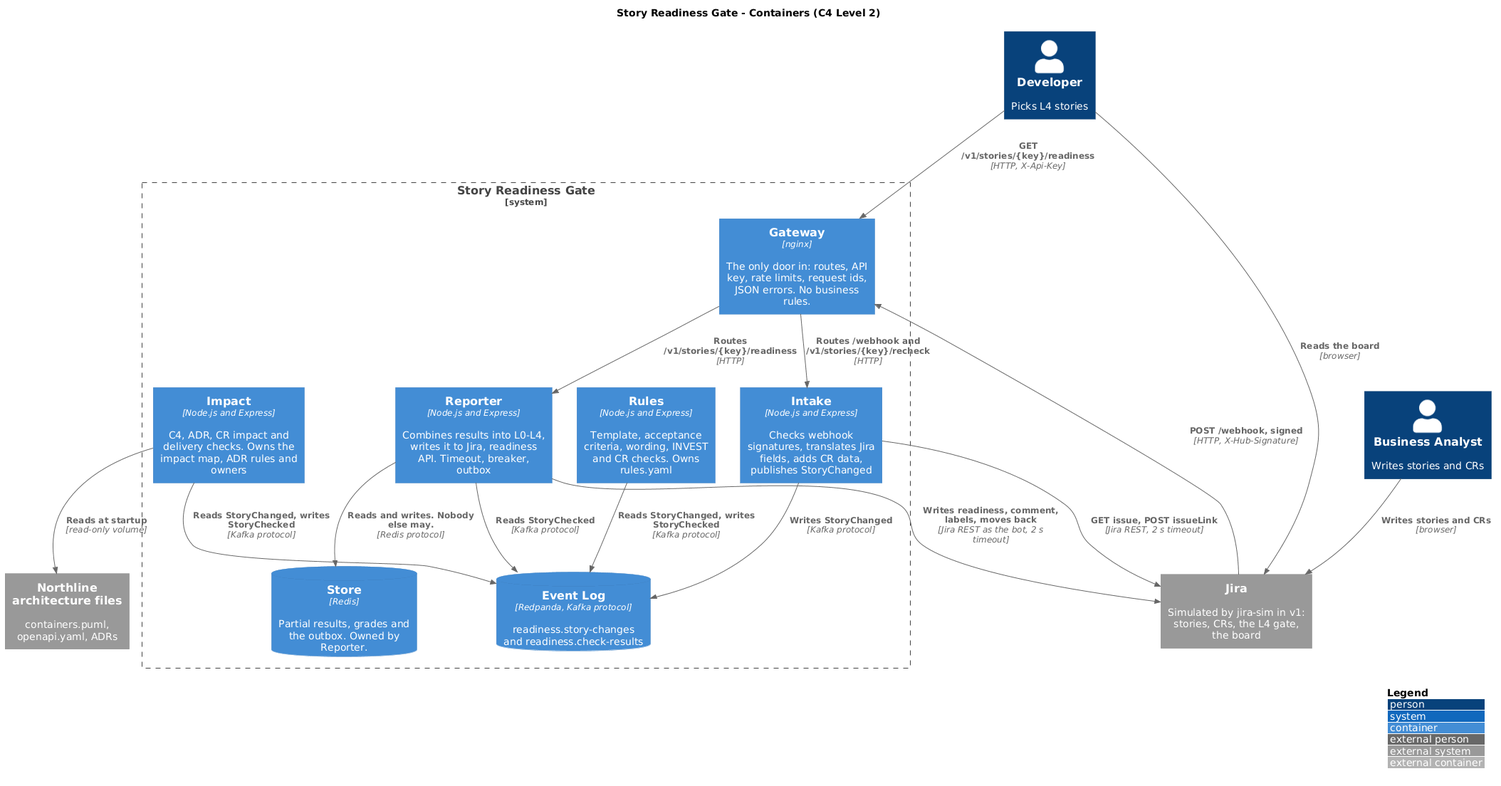
The PlantUML diagram docs/containers.png in whereismyname7/us-enforcer, before a commit.
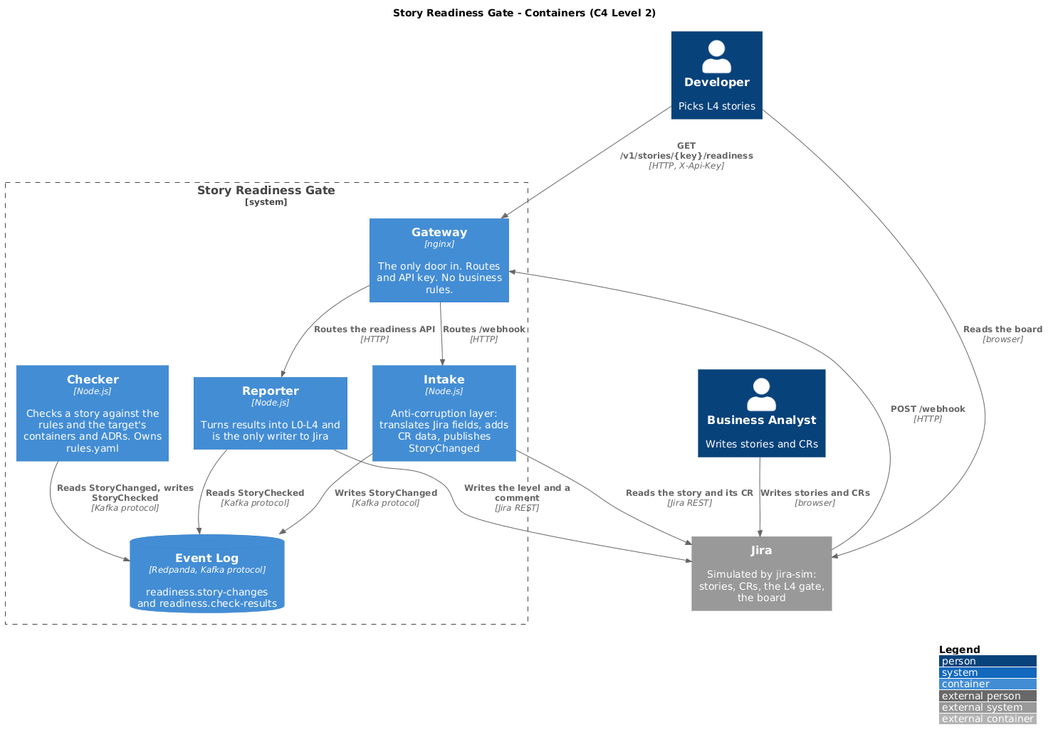
After the commit.

Diff of the diagram source:
```diff
@@ -1,47 +1,31 @@
 @startuml containers
-
 !include <C4/C4_Container>
 
 title Story Readiness Gate - Containers (C4 Level 2)
-
 LAYOUT_WITH_LEGEND()
 
 Person(ba, "Business Analyst", "Writes stories and CRs")
 Person(developer, "Developer", "Picks L4 stories")
-
-System_Ext(jira, "Jira", "Simulated by jira-sim in v1: stories, CRs, the L4 gate, the board")
-System_Ext(arch_files, "Northline architecture files", "containers.puml, openapi.yaml, ADRs")
+System_Ext(jira, "Jira", "Simulated by jira-sim: stories, CRs, the L4 gate, the board")
 
 System_Boundary(srg, "Story Readiness Gate") {
-
-  Container(gateway, "Gateway", "nginx", "The only door in: routes, API key, rate limits, request ids, JSON errors. No business rules.")
-
-  Container(intake, "Intake", "Node.js and Express", "Checks webhook signatures, translates Jira fields, adds CR data, publishes StoryChanged")
-
-  Container(rules, "Rules", "Node.js and Express", "Template, acceptance criteria, wording, INVEST and CR checks. Owns rules.yaml")
-
-  Container(impact, "Impact", "Node.js and Express", "C4, ADR, CR impact and delivery checks. Owns the impact map, ADR rules and owners")
-
-  Container(reporter, "Reporter", "Node.js and Express", "Combines results into L0-L4, writes it to Jira, readiness API. Timeout, breaker, outbox")
-
+  Container(gateway, "Gateway", "nginx", "The only door in. Routes and API key. No business rules.")
+  Container(intake, "Intake", "Node.js", "Anti-corruption layer: translates Jira fields, adds CR data, publishes StoryChanged")
+  Container(checker, "Checker", "Node.js", "Checks a story against the rules and the target's containers and ADRs. Owns rules.yaml")
+  Container(reporter, "Reporter", "Node.js", "Turns results into L0-L4 and is the only writer to Jira")
   ContainerDb(events, "Event Log", "Redpanda, Kafka protocol", "readiness.story-changes and readiness.check-results")
-
-  ContainerDb(store, "Store", "Redis", "Partial results, grades and the outbox. Owned by Reporter.")
 }
 
 Rel(ba, jira, "Writes stories and CRs", "browser")
 Rel(developer, jira, "Reads the board", "browser")
-Rel(jira, gateway, "POST /webhook, signed", "HTTP, X-Hub-Signature")
 Rel(developer, gateway, "GET /v1/stories/{key}/readiness", "HTTP, X-Api-Key")
-Rel(gateway, intake, "Routes /webhook and /v1/stories/{key}/recheck", "HTTP")
-Rel(gateway, reporter, "Routes /v1/stories/{key}/readiness", "HTTP")
-Rel(intake, jira, "GET issue, POST issueLink", "Jira REST, 2 s timeout")
+Rel(jira, gateway, "POST /webhook", "HTTP")
+Rel(gateway, intake, "Routes /webhook", "HTTP")
+Rel(gateway, reporter, "Routes the readiness API", "HTTP")
+Rel(intake, jira, "Reads the story and its CR", "Jira REST")
 Rel(intake, events, "Writes StoryChanged", "Kafka protocol")
-Rel(rules, events, "Reads StoryChanged, writes StoryChecked", "Kafka protocol")
-Rel(impact, events, "Reads StoryChanged, writes StoryChecked", "Kafka protocol")
-Rel(impact, arch_files, "Reads at startup", "read-only volume")
+Rel(checker, events, "Reads StoryChanged, writes StoryChecked", "Kafka protocol")
 Rel(reporter, events, "Reads StoryChecked", "Kafka protocol")
-Rel(reporter, store, "Reads and writes. Nobody else may.", "Redis protocol")
-Rel(reporter, jira, "Writes readiness, comment, labels, moves back", "Jira REST as the bot, 2 s timeout")
+Rel(reporter, jira, "Writes the level and a comment", "Jira REST")
 
 @enduml
```
